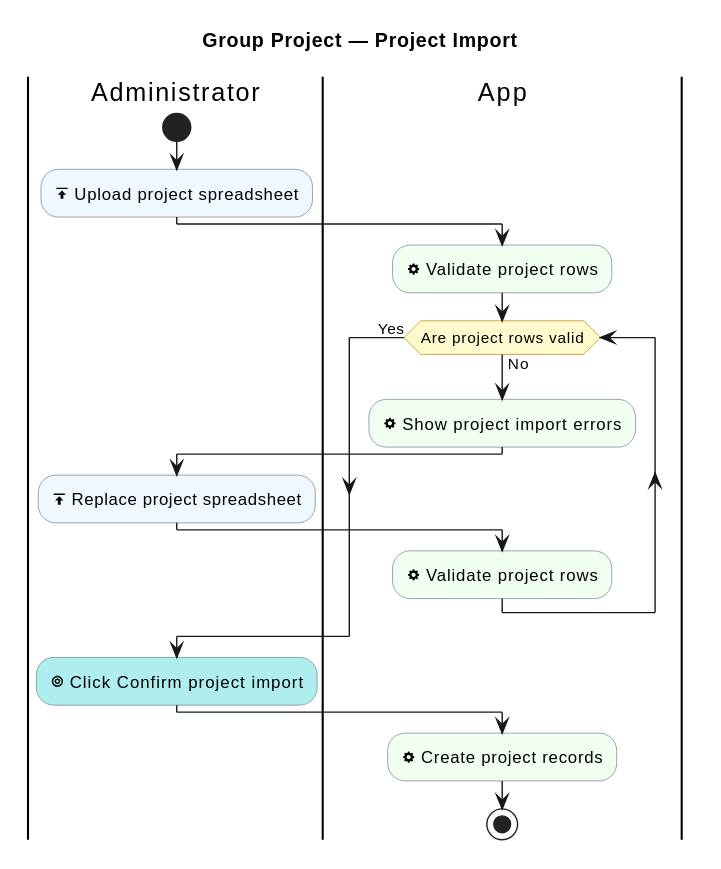
Before: industrial-placement-group-project/diagrams/group-project/project-import.svg, a diagram exported from PlantUML (sdflkjssl/sdflkjssl.github.io).
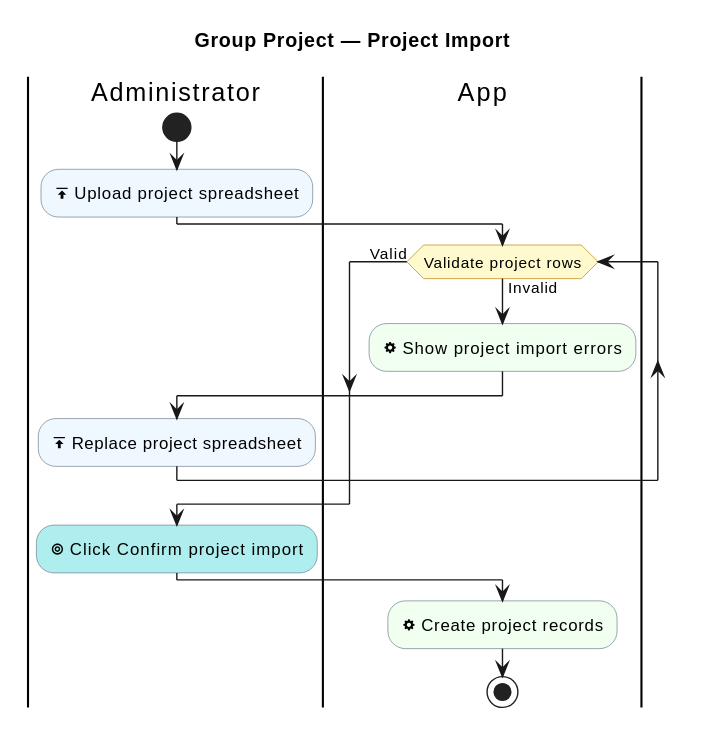
Later version of the same file.

Diff of the diagram source:
```diff
@@ -14,14 +14,12 @@
 start
 :<&data-transfer-upload> Upload project spreadsheet; <<#AliceBlue>>
 |App|
-:<&cog> Validate project rows; <<#HoneyDew>>
-while (Are project rows valid) is (No)
+while (Validate project rows) is (Invalid)
   :<&cog> Show project import errors; <<#HoneyDew>>
   |Administrator|
   :<&data-transfer-upload> Replace project spreadsheet; <<#AliceBlue>>
   |App|
-  :<&cog> Validate project rows; <<#HoneyDew>>
-endwhile (Yes)
+endwhile (Valid)
 |Administrator|
 :<&target> Click Confirm project import; <<#PaleTurquoise>>
 |App|
```
